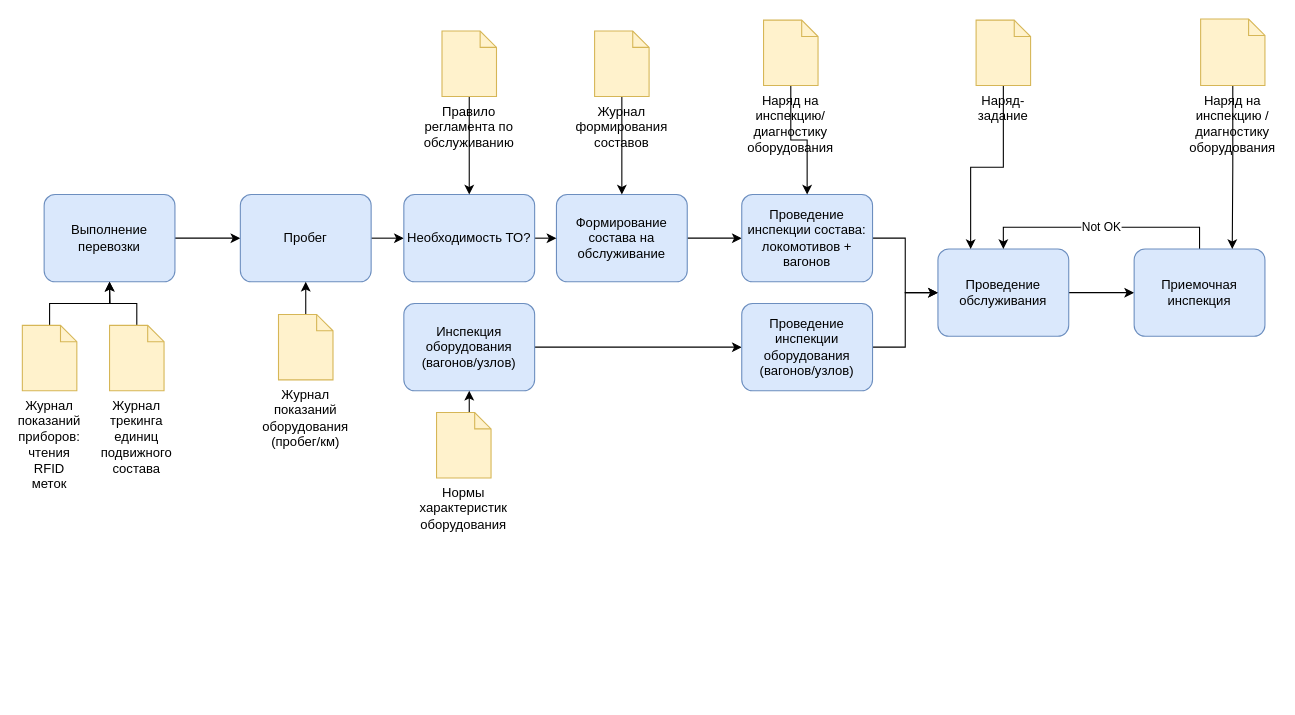
Above: cases/maint_by_mileage/maint_by_maint.drawio in tvolodi-ab/ASCOA (draw.io), before the change. Source tidied: cells renumbered, new cells numbered last; positions are measured from the earlier drawing's top-left corner, leaving out a move shared by most shapes. Both pictures are drawn from the tidied source at 109%, with x=0, y=0 at pixel (22, 19).
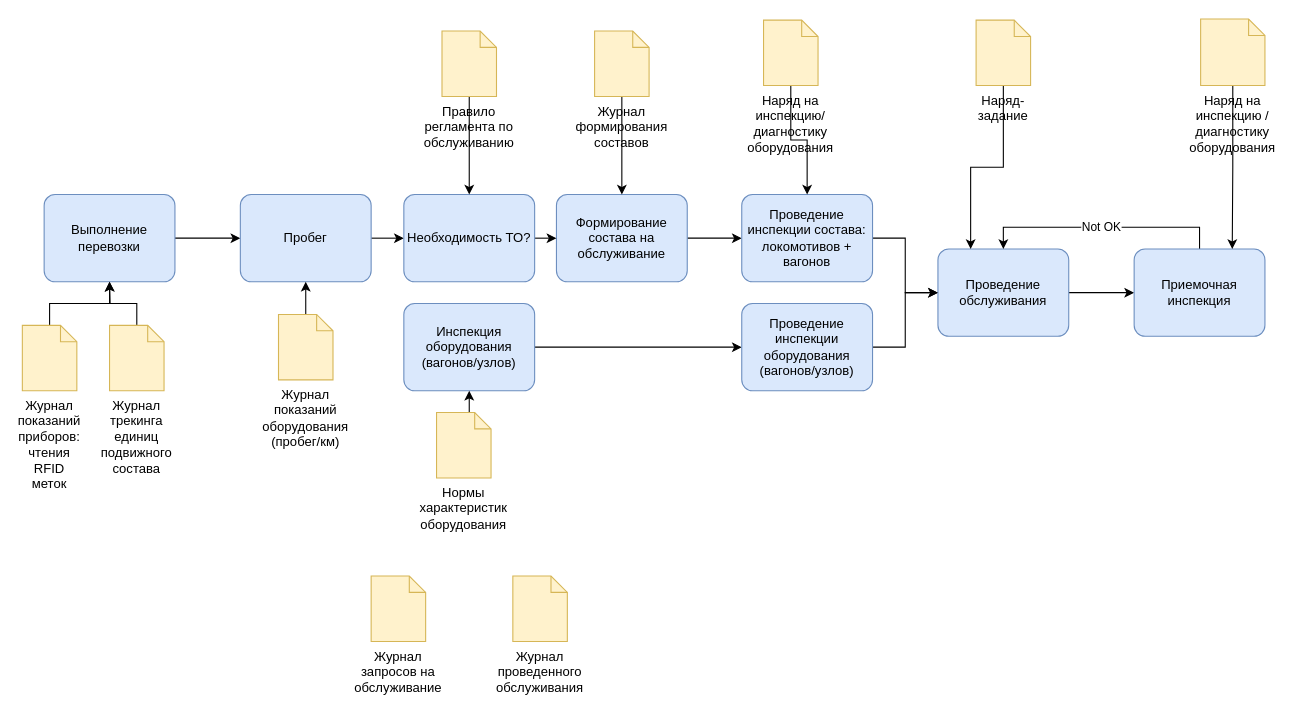
Above is the later version.

What changed in the source:
```diff
@@
+    <mxCell id="38" value="Журнал запросов на обслуживание" style="shape=mxgraph.bpmn.data;labelPosition=center;verticalLabelPosition=bottom;align=center;verticalAlign=top;whiteSpace=wrap;size=15;html=1;fillColor=#fff2cc;strokeColor=#d6b656;" parent="1" vertex="1">
+      <mxGeometry x="320" y="511" width="50" height="60" as="geometry" />
+    </mxCell>
+    <mxCell id="39" value="Журнал проведенного обслуживания" style="shape=mxgraph.bpmn.data;labelPosition=center;verticalLabelPosition=bottom;align=center;verticalAlign=top;whiteSpace=wrap;size=15;html=1;fillColor=#fff2cc;strokeColor=#d6b656;" parent="1" vertex="1">
+      <mxGeometry x="450" y="511" width="50" height="60" as="geometry" />
+    </mxCell>
```
